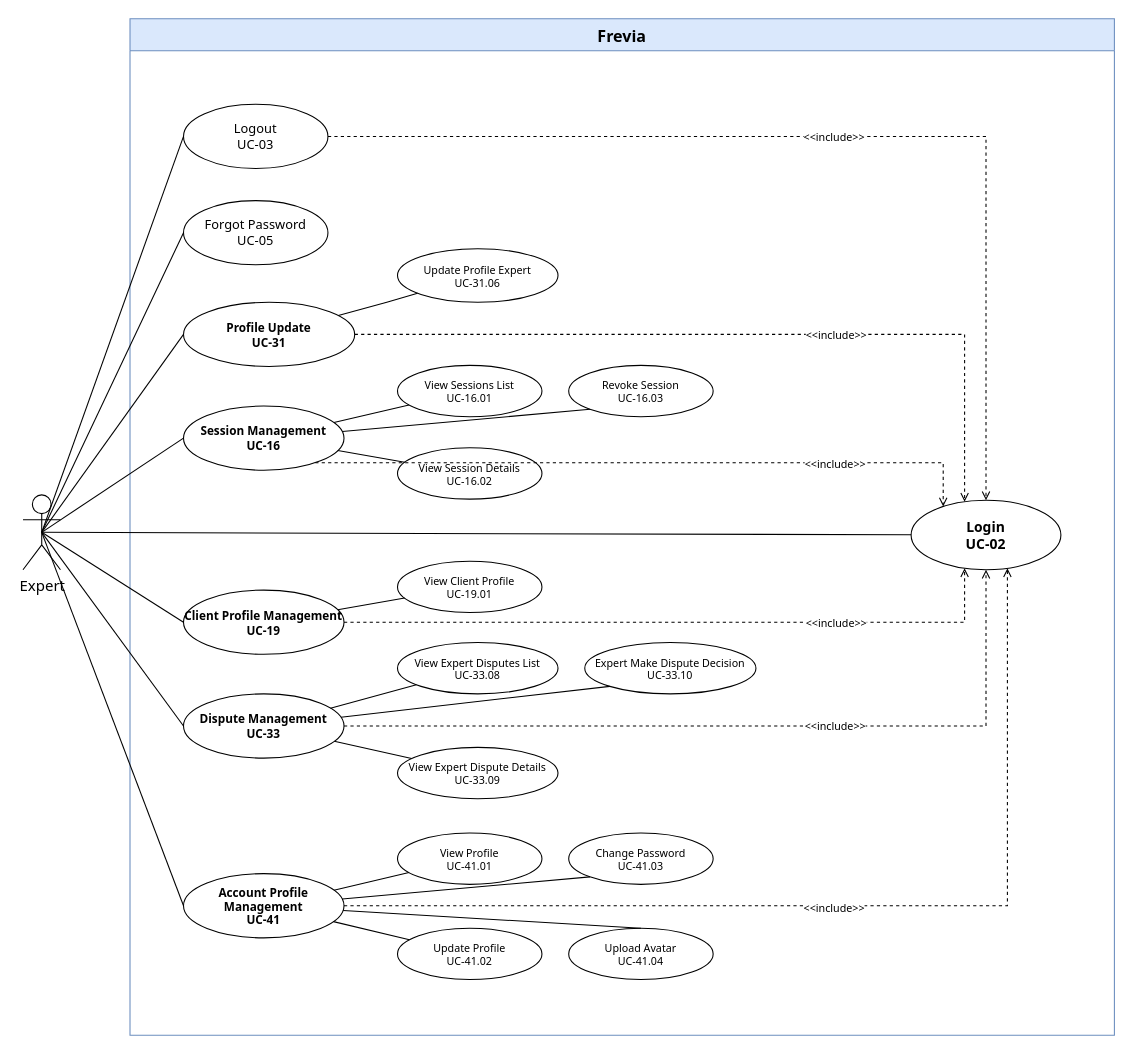
Earlier version of the draw.io diagram uc-diagrams/Expert.drawio (Thunggg/Frevia). Source tidied: cells renumbered, new cells numbered last; positions are measured from the earlier drawing's top-left corner, leaving out a move shared by most shapes. Both pictures are drawn from the tidied source at 107%, with x=0, y=0 at pixel (22, 18).
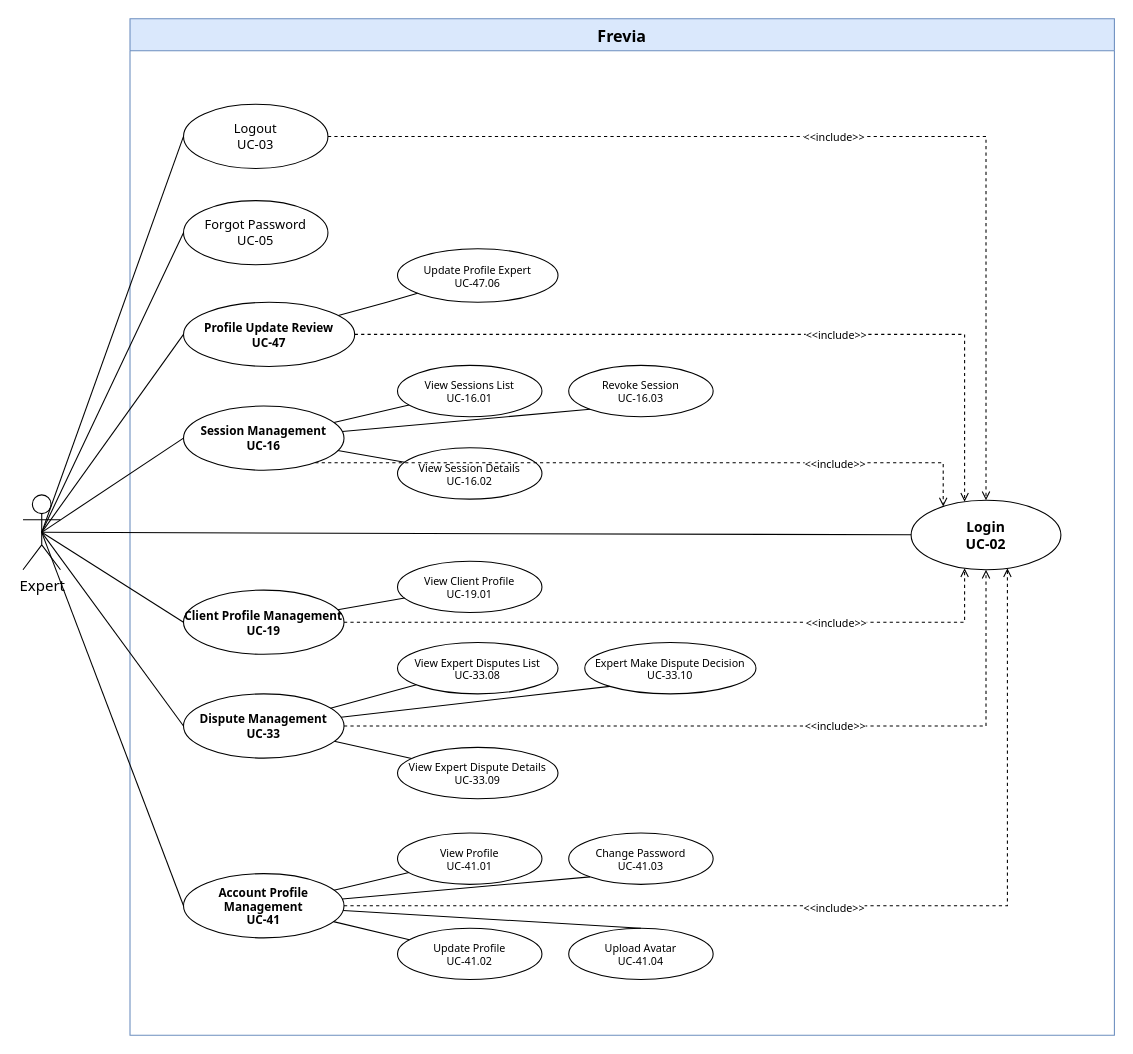
After the change.

Unchanged cells that the change refers to:
```xml
<mxCell id="2" value="Frevia" style="swimlane;whiteSpace=wrap;html=1;startSize=30;fontSize=15;fontFamily=Tahoma;fontStyle=1;fillColor=#dae8fc;strokeColor=#6c8ebf;" parent="1" vertex="1">
  <mxGeometry x="100" width="920" height="950" as="geometry" />
</mxCell>
```

Diff of the diagram source:
```diff
@@
-    <mxCell id="6" value="Profile Update&#10;UC-31" style="ellipse;whiteSpace=wrap;html=1;fontSize=11;fontFamily=Tahoma;fontStyle=1;fillColor=#ffffff;strokeColor=#000000;" parent="2" vertex="1">
+    <mxCell id="6" value="Profile Update Review&#10;UC-47" style="ellipse;whiteSpace=wrap;html=1;fontSize=11;fontFamily=Tahoma;fontStyle=1;fillColor=#ffffff;strokeColor=#000000;" parent="2" vertex="1">
       <mxGeometry x="50" y="265" width="160" height="60" as="geometry" />
     </mxCell>
@@
-    <mxCell id="23" value="Update Profile Expert&#10;UC-31.06" style="ellipse;whiteSpace=wrap;html=1;fontSize=10;fontFamily=Tahoma;fillColor=#ffffff;strokeColor=#000000;" parent="2" vertex="1">
+    <mxCell id="23" value="Update Profile Expert&#10;UC-47.06" style="ellipse;whiteSpace=wrap;html=1;fontSize=10;fontFamily=Tahoma;fillColor=#ffffff;strokeColor=#000000;" parent="2" vertex="1">
       <mxGeometry x="250" y="215" width="150" height="50" as="geometry" />
     </mxCell>
```
